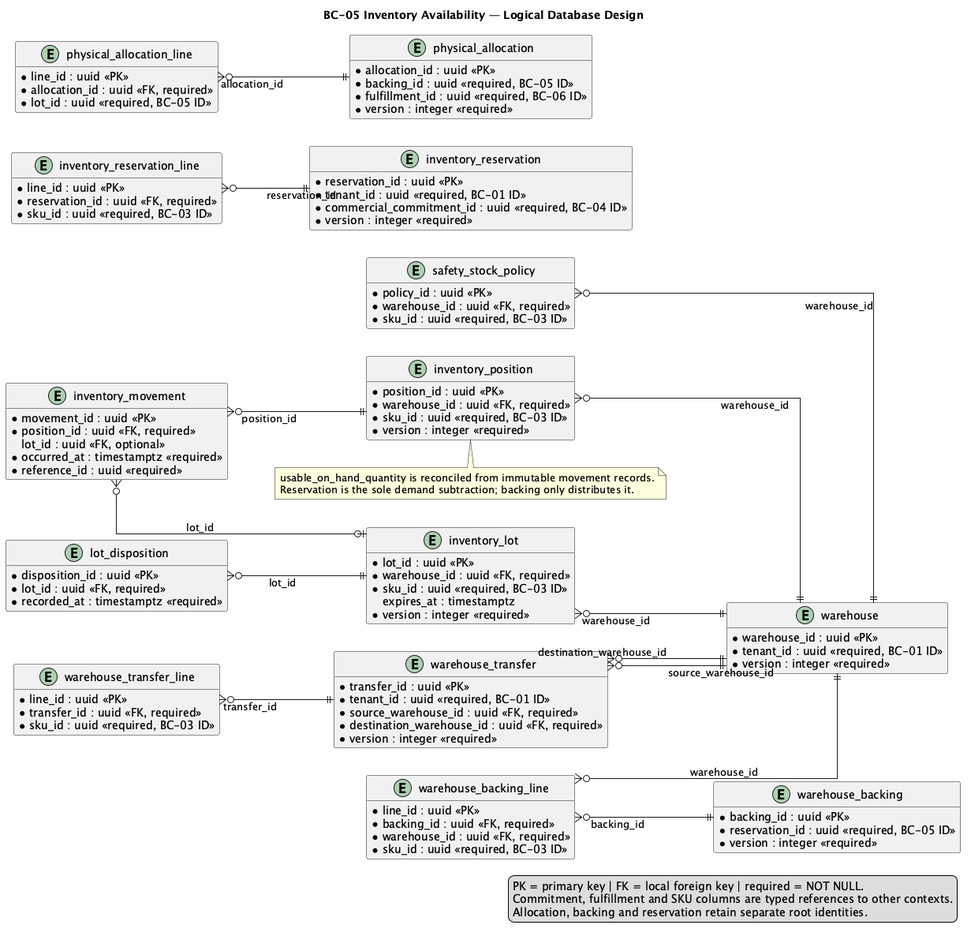
This is report/assets/chapter-2/tactical/BC-05/database-diagram.png from nexa-suite/mobile-report, a PlantUML export, as it was before one commit.
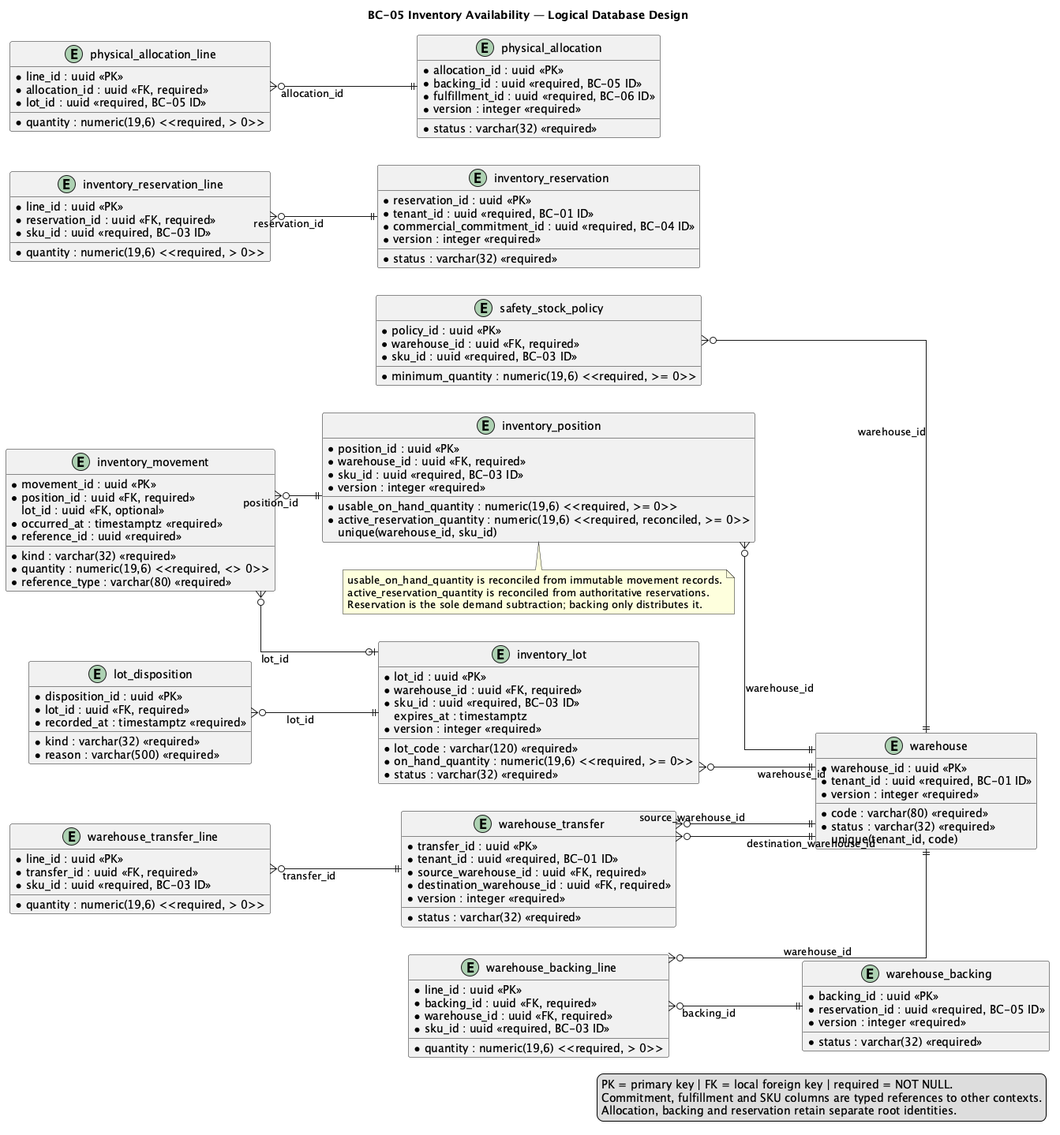
Later version of the same file.

Diff of the diagram source:
```diff
@@ -1,7 +1,6 @@
 @startuml
 title BC-05 Inventory Availability — Logical Database Design
 left to right direction
-hide methods
 skinparam shadowing false
 skinparam linetype ortho
 skinparam entity {
@@ -13,24 +12,25 @@
 entity "warehouse" as warehouse {
   * warehouse_id : uuid <<PK>>
   * tenant_id : uuid <<required, BC-01 ID>>
-  * code : varchar(80) <<required, unique>>
+  * code : varchar(80) <<required>>
   * status : varchar(32) <<required>>
   * version : integer <<required>>
+    unique(tenant_id, code)
 }
 
 entity "safety_stock_policy" as safety_stock_policy {
   * policy_id : uuid <<PK>>
   * warehouse_id : uuid <<FK, required>>
   * sku_id : uuid <<required, BC-03 ID>>
-  * minimum_quantity : numeric(19,6) <<required>>
+  * minimum_quantity : numeric(19,6) <<required, >= 0>>
 }
 
 entity "inventory_position" as inventory_position {
   * position_id : uuid <<PK>>
   * warehouse_id : uuid <<FK, required>>
   * sku_id : uuid <<required, BC-03 ID>>
-  * usable_on_hand_quantity : numeric(19,6) <<required>>
-  * active_reservation_quantity : numeric(19,6) <<required>>
+  * usable_on_hand_quantity : numeric(19,6) <<required, >= 0>>
+  * active_reservation_quantity : numeric(19,6) <<required, reconciled, >= 0>>
   * version : integer <<required>>
     unique(warehouse_id, sku_id)
 }
@@ -40,7 +40,7 @@
   * position_id : uuid <<FK, required>>
     lot_id : uuid <<FK, optional>>
   * kind : varchar(32) <<required>>
-  * quantity : numeric(19,6) <<required>>
+  * quantity : numeric(19,6) <<required, <> 0>>
   * occurred_at : timestamptz <<required>>
   * reference_type : varchar(80) <<required>>
   * reference_id : uuid <<required>>
@@ -52,7 +52,7 @@
   * sku_id : uuid <<required, BC-03 ID>>
   * lot_code : varchar(120) <<required>>
     expires_at : timestamptz
-  * on_hand_quantity : numeric(19,6) <<required>>
+  * on_hand_quantity : numeric(19,6) <<required, >= 0>>
   * status : varchar(32) <<required>>
   * version : integer <<required>>
 }
@@ -77,7 +77,7 @@
   * line_id : uuid <<PK>>
   * reservation_id : uuid <<FK, required>>
   * sku_id : uuid <<required, BC-03 ID>>
-  * quantity : numeric(19,6) <<required>>
+  * quantity : numeric(19,6) <<required, > 0>>
 }
 
 entity "warehouse_backing" as warehouse_backing {
@@ -92,7 +92,7 @@
   * backing_id : uuid <<FK, required>>
   * warehouse_id : uuid <<FK, required>>
   * sku_id : uuid <<required, BC-03 ID>>
-  * quantity : numeric(19,6) <<required>>
+  * quantity : numeric(19,6) <<required, > 0>>
 }
 
 entity "physical_allocation" as physical_allocation {
@@ -107,7 +107,7 @@
   * line_id : uuid <<PK>>
   * allocation_id : uuid <<FK, required>>
   * lot_id : uuid <<required, BC-05 ID>>
-  * quantity : numeric(19,6) <<required>>
+  * quantity : numeric(19,6) <<required, > 0>>
 }
 
 entity "warehouse_transfer" as warehouse_transfer {
@@ -123,7 +123,7 @@
   * line_id : uuid <<PK>>
   * transfer_id : uuid <<FK, required>>
   * sku_id : uuid <<required, BC-03 ID>>
-  * quantity : numeric(19,6) <<required>>
+  * quantity : numeric(19,6) <<required, > 0>>
 }
 
 safety_stock_policy }o--|| warehouse : warehouse_id
@@ -142,6 +142,7 @@
 
 note bottom of inventory_position
 usable_on_hand_quantity is reconciled from immutable movement records.
+active_reservation_quantity is reconciled from authoritative reservations.
 Reservation is the sole demand subtraction; backing only distributes it.
 end note
 
```
